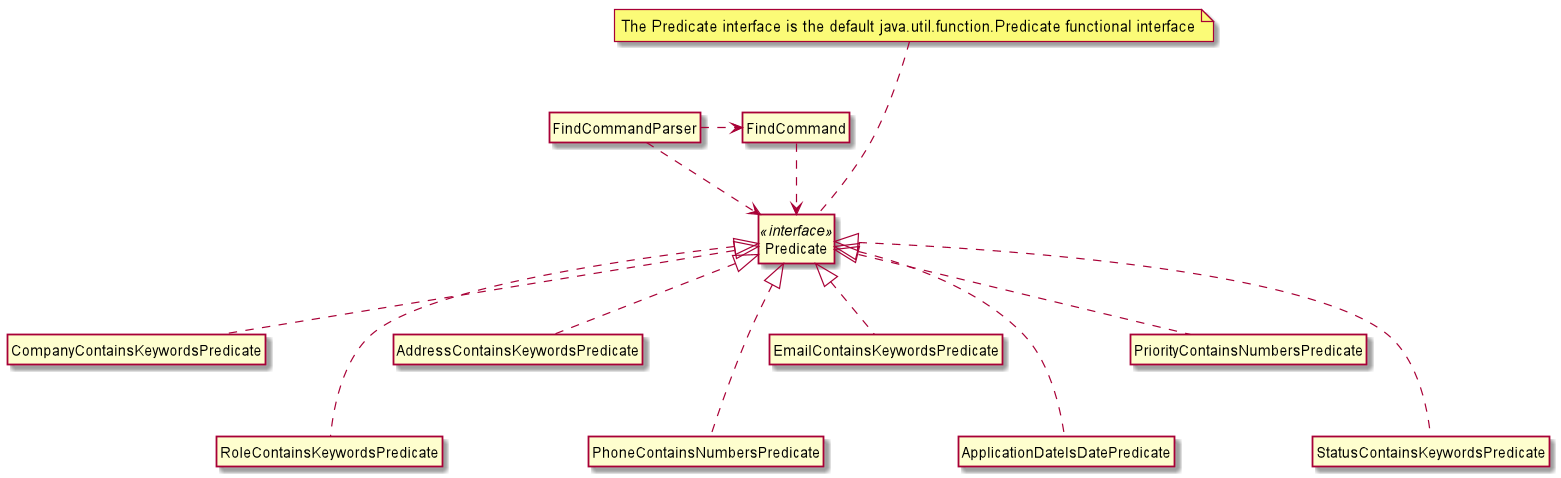
The PlantUML diagram images/FindClassDiagram.png in AY1920S2-CS2103T-F10-2/main, before a commit.
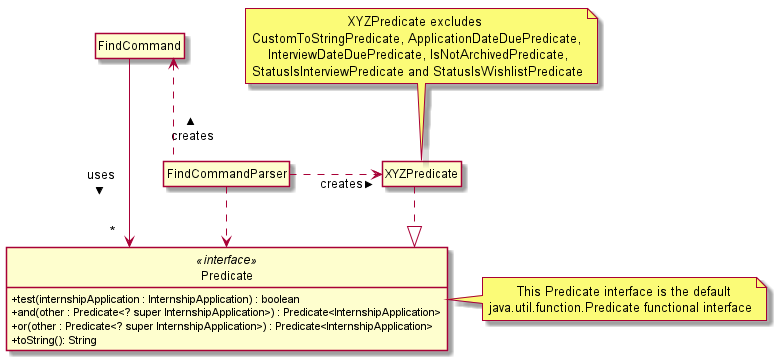
After the commit.

The edit, as a diff of the source:
```diff
@@ -3,6 +3,7 @@
 hide circle
 hide empty members
 skinparam classAttributeIconSize 0
+skinparam linetype ortho
 
 Class FindCommandParser {
 
@@ -13,56 +14,34 @@
 }
 
 Class Predicate <<interface>> {
-
+    + test(internshipApplication : InternshipApplication) : boolean
+    + and(other : Predicate<? super InternshipApplication>) : Predicate<InternshipApplication>
+    + or(other : Predicate<? super InternshipApplication>) : Predicate<InternshipApplication>
+    + toString(): String
 }
 
-Class CompanyContainsKeywordsPredicate {
-
-}
-
-Class RoleContainsKeywordsPredicate {
-
-}
-
-Class AddressContainsKeywordsPredicate {
-
-}
-
-Class PhoneContainsNumbersPredicate {
-
-}
-
-Class EmailContainsKeywordsPredicate {
-
-}
-
-Class ApplicationDateIsDatePredicate {
-
-}
-
-Class PriorityContainsNumbersPredicate {
-
-}
-
-Class StatusContainsKeywordsPredicate {
+Class XYZPredicate {
 
 }
 
 note as N1
-  The Predicate interface is the default java.util.function.Predicate functional interface
+         This Predicate interface is the default
+  java.util.function.Predicate functional interface
 end note
 
-N1 ... Predicate
-FindCommandParser .down.> Predicate
-FindCommandParser .right.> FindCommand
-FindCommand .down.> Predicate
-CompanyContainsKeywordsPredicate .up.|> Predicate
-RoleContainsKeywordsPredicate ..up.|> Predicate
-AddressContainsKeywordsPredicate .up.|> Predicate
-PhoneContainsNumbersPredicate ..up.|> Predicate
-EmailContainsKeywordsPredicate .up.|> Predicate
-ApplicationDateIsDatePredicate ..up.|> Predicate
-PriorityContainsNumbersPredicate .up.|> Predicate
-StatusContainsKeywordsPredicate ..up.|> Predicate
+note as N2
+                            XYZPredicate excludes
+    CustomToStringPredicate, ApplicationDateDuePredicate,
+        InterviewDateDuePredicate, IsNotArchivedPredicate,
+    StatusIsInterviewPredicate and StatusIsWishlistPredicate
+end note
+
+N1 .left. Predicate
+N2 .. XYZPredicate
+FindCommandParser .right.> XYZPredicate : creates >
+FindCommandParser ..> Predicate
+FindCommandParser .left.> FindCommand : creates >
+FindCommand ---> "*" Predicate : uses >
+XYZPredicate ..|> Predicate
 
 @enduml
```
